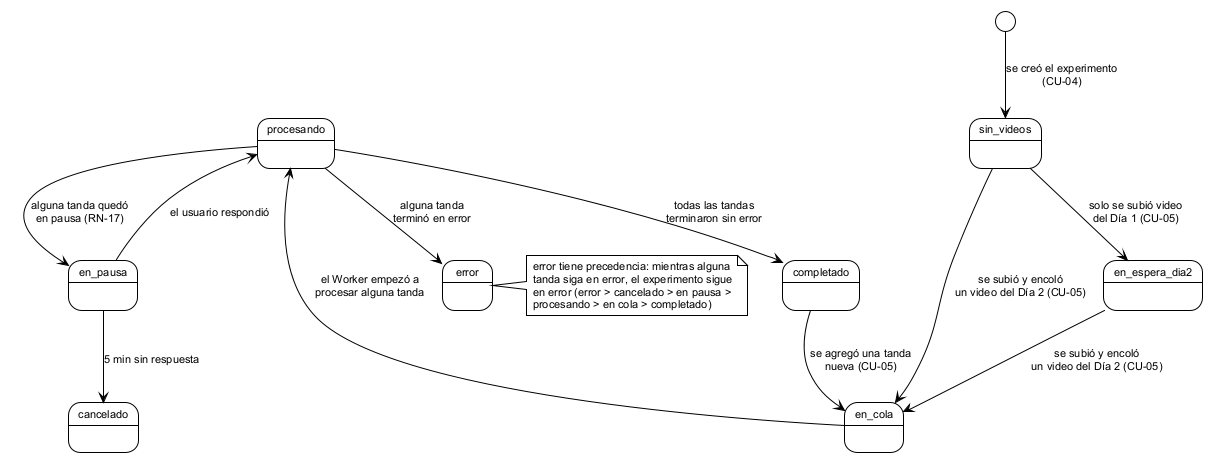
This is figures/mermaid/estados_experimento.png from ErickJester/fst-ai-system-latex, a PlantUML export, as it was before one commit.
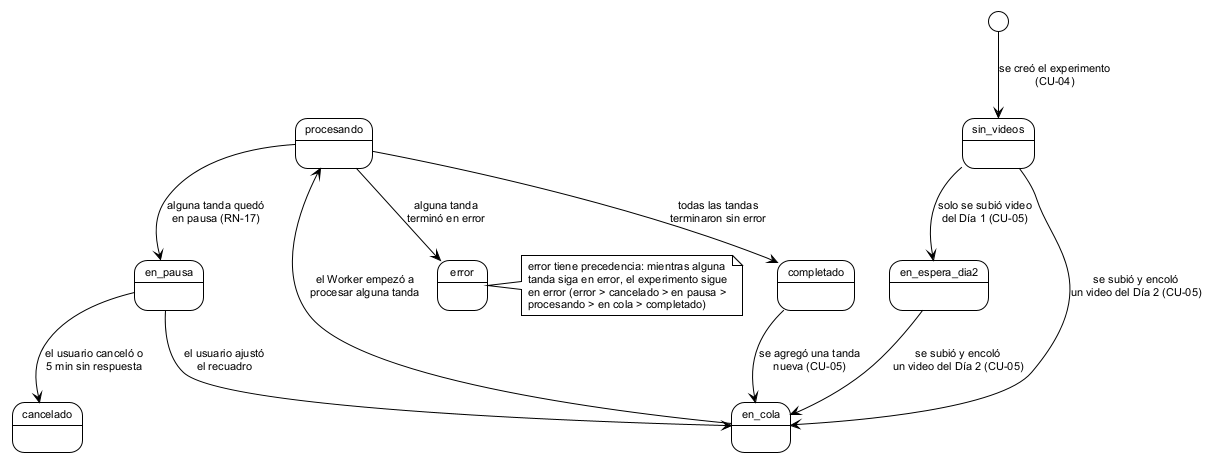
After the commit.

Change to the diagram source:
```diff
@@ -13,8 +13,8 @@
 procesando --> completado : todas las tandas\nterminaron sin error
 procesando --> error : alguna tanda\nterminó en error
 procesando --> en_pausa : alguna tanda quedó\nen pausa (RN-17)
-en_pausa --> procesando : el usuario respondió
-en_pausa --> cancelado : 5 min sin respuesta
+en_pausa --> en_cola : el usuario ajustó\nel recuadro
+en_pausa --> cancelado : el usuario canceló o\n5 min sin respuesta
 completado --> en_cola : se agregó una tanda\nnueva (CU-05)
 note right of error
   error tiene precedencia: mientras alguna
```
